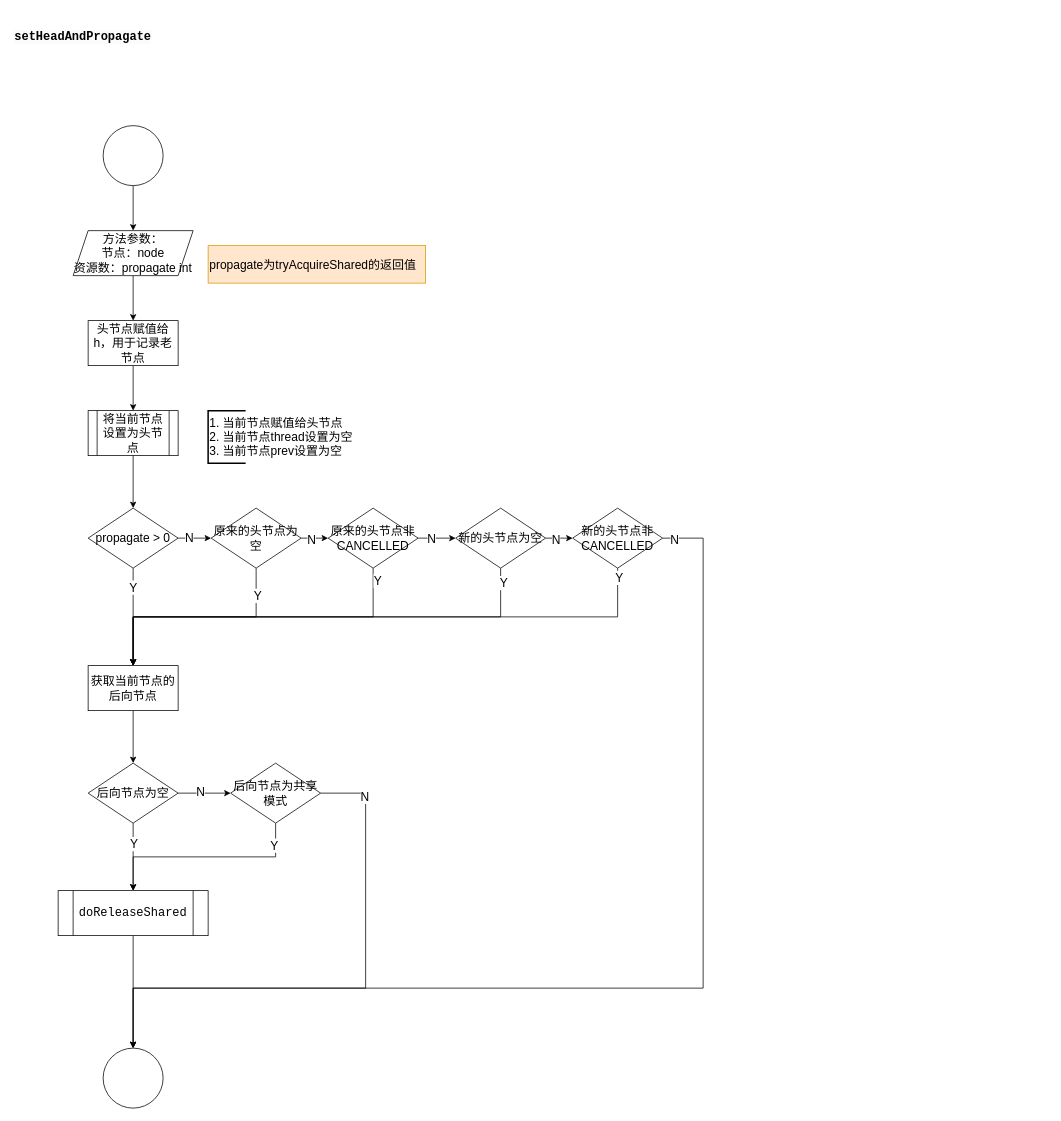
NikolaZhang/NikolaZhang.github.io keeps this draw.io diagram as page "setHeadAndPropagate" (9 of 14) of src/drawio/aqs/aqs.drawio. Above is the earlier version. Source tidied: cells renumbered, new cells numbered last; positions are measured from the earlier drawing's top-left corner, leaving out a move shared by most shapes. Both pictures are drawn from the tidied source at 75%, with x=0, y=0 at pixel (13, 13).
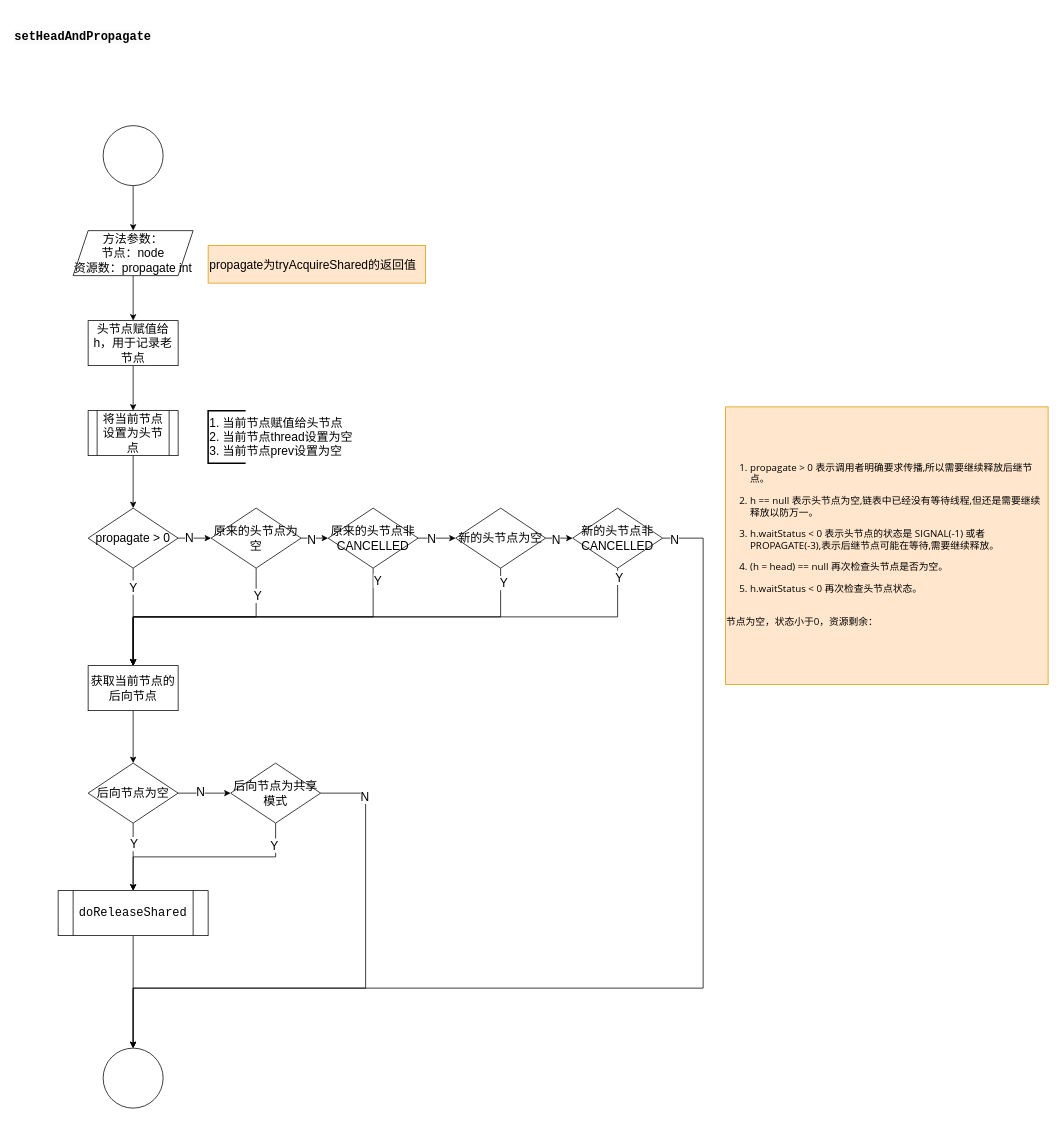
After the change.

What changed in the source:
```diff
@@
+    <mxCell id="53" value="&lt;ol style=&quot;padding-left: 2rem; font-family: &amp;quot;Segoe WPC&amp;quot;, &amp;quot;Segoe UI&amp;quot;, sans-serif; font-size: 13px; text-align: start;&quot;&gt;&lt;li&gt;&lt;p style=&quot;word-break: break-word;&quot;&gt;propagate &amp;gt; 0 表示调用者明确要求传播,所以需要继续释放后继节点。&lt;/p&gt;&lt;/li&gt;&lt;li&gt;&lt;p style=&quot;word-break: break-word;&quot;&gt;h == null 表示头节点为空,链表中已经没有等待线程,但还是需要继续释放以防万一。&lt;/p&gt;&lt;/li&gt;&lt;li&gt;&lt;p style=&quot;word-break: break-word;&quot;&gt;h.waitStatus &amp;lt; 0 表示头节点的状态是 SIGNAL(-1) 或者 PROPAGATE(-3),表示后继节点可能在等待,需要继续释放。&lt;/p&gt;&lt;/li&gt;&lt;li&gt;&lt;p style=&quot;word-break: break-word;&quot;&gt;(h = head) == null 再次检查头节点是否为空。&lt;/p&gt;&lt;/li&gt;&lt;li&gt;&lt;p style=&quot;word-break: break-word;&quot;&gt;h.waitStatus &amp;lt; 0 再次检查头节点状态。&lt;/p&gt;&lt;/li&gt;&lt;/ol&gt;&lt;div style=&quot;text-align: left;&quot;&gt;&lt;font face=&quot;Segoe WPC, Segoe UI, sans-serif&quot;&gt;&lt;span style=&quot;font-size: 13px;&quot;&gt;&lt;br&gt;&lt;/span&gt;&lt;/font&gt;&lt;/div&gt;&lt;div style=&quot;text-align: left;&quot;&gt;&lt;font face=&quot;Segoe WPC, Segoe UI, sans-serif&quot;&gt;&lt;span style=&quot;font-size: 13px;&quot;&gt;节点为空，状态小于0，资源剩余：&lt;/span&gt;&lt;/font&gt;&lt;/div&gt;&lt;div style=&quot;text-align: left;&quot;&gt;&lt;font face=&quot;Segoe WPC, Segoe UI, sans-serif&quot;&gt;&lt;span style=&quot;font-size: 13px;&quot;&gt;&lt;br&gt;&lt;/span&gt;&lt;/font&gt;&lt;/div&gt;" style="text;html=1;strokeColor=#d79b00;fillColor=#ffe6cc;align=center;verticalAlign=middle;whiteSpace=wrap;rounded=0;labelBackgroundColor=none;fontColor=default;" parent="1" vertex="1">
+      <mxGeometry x="950" y="525" width="430" height="370" as="geometry" />
+    </mxCell>
```
